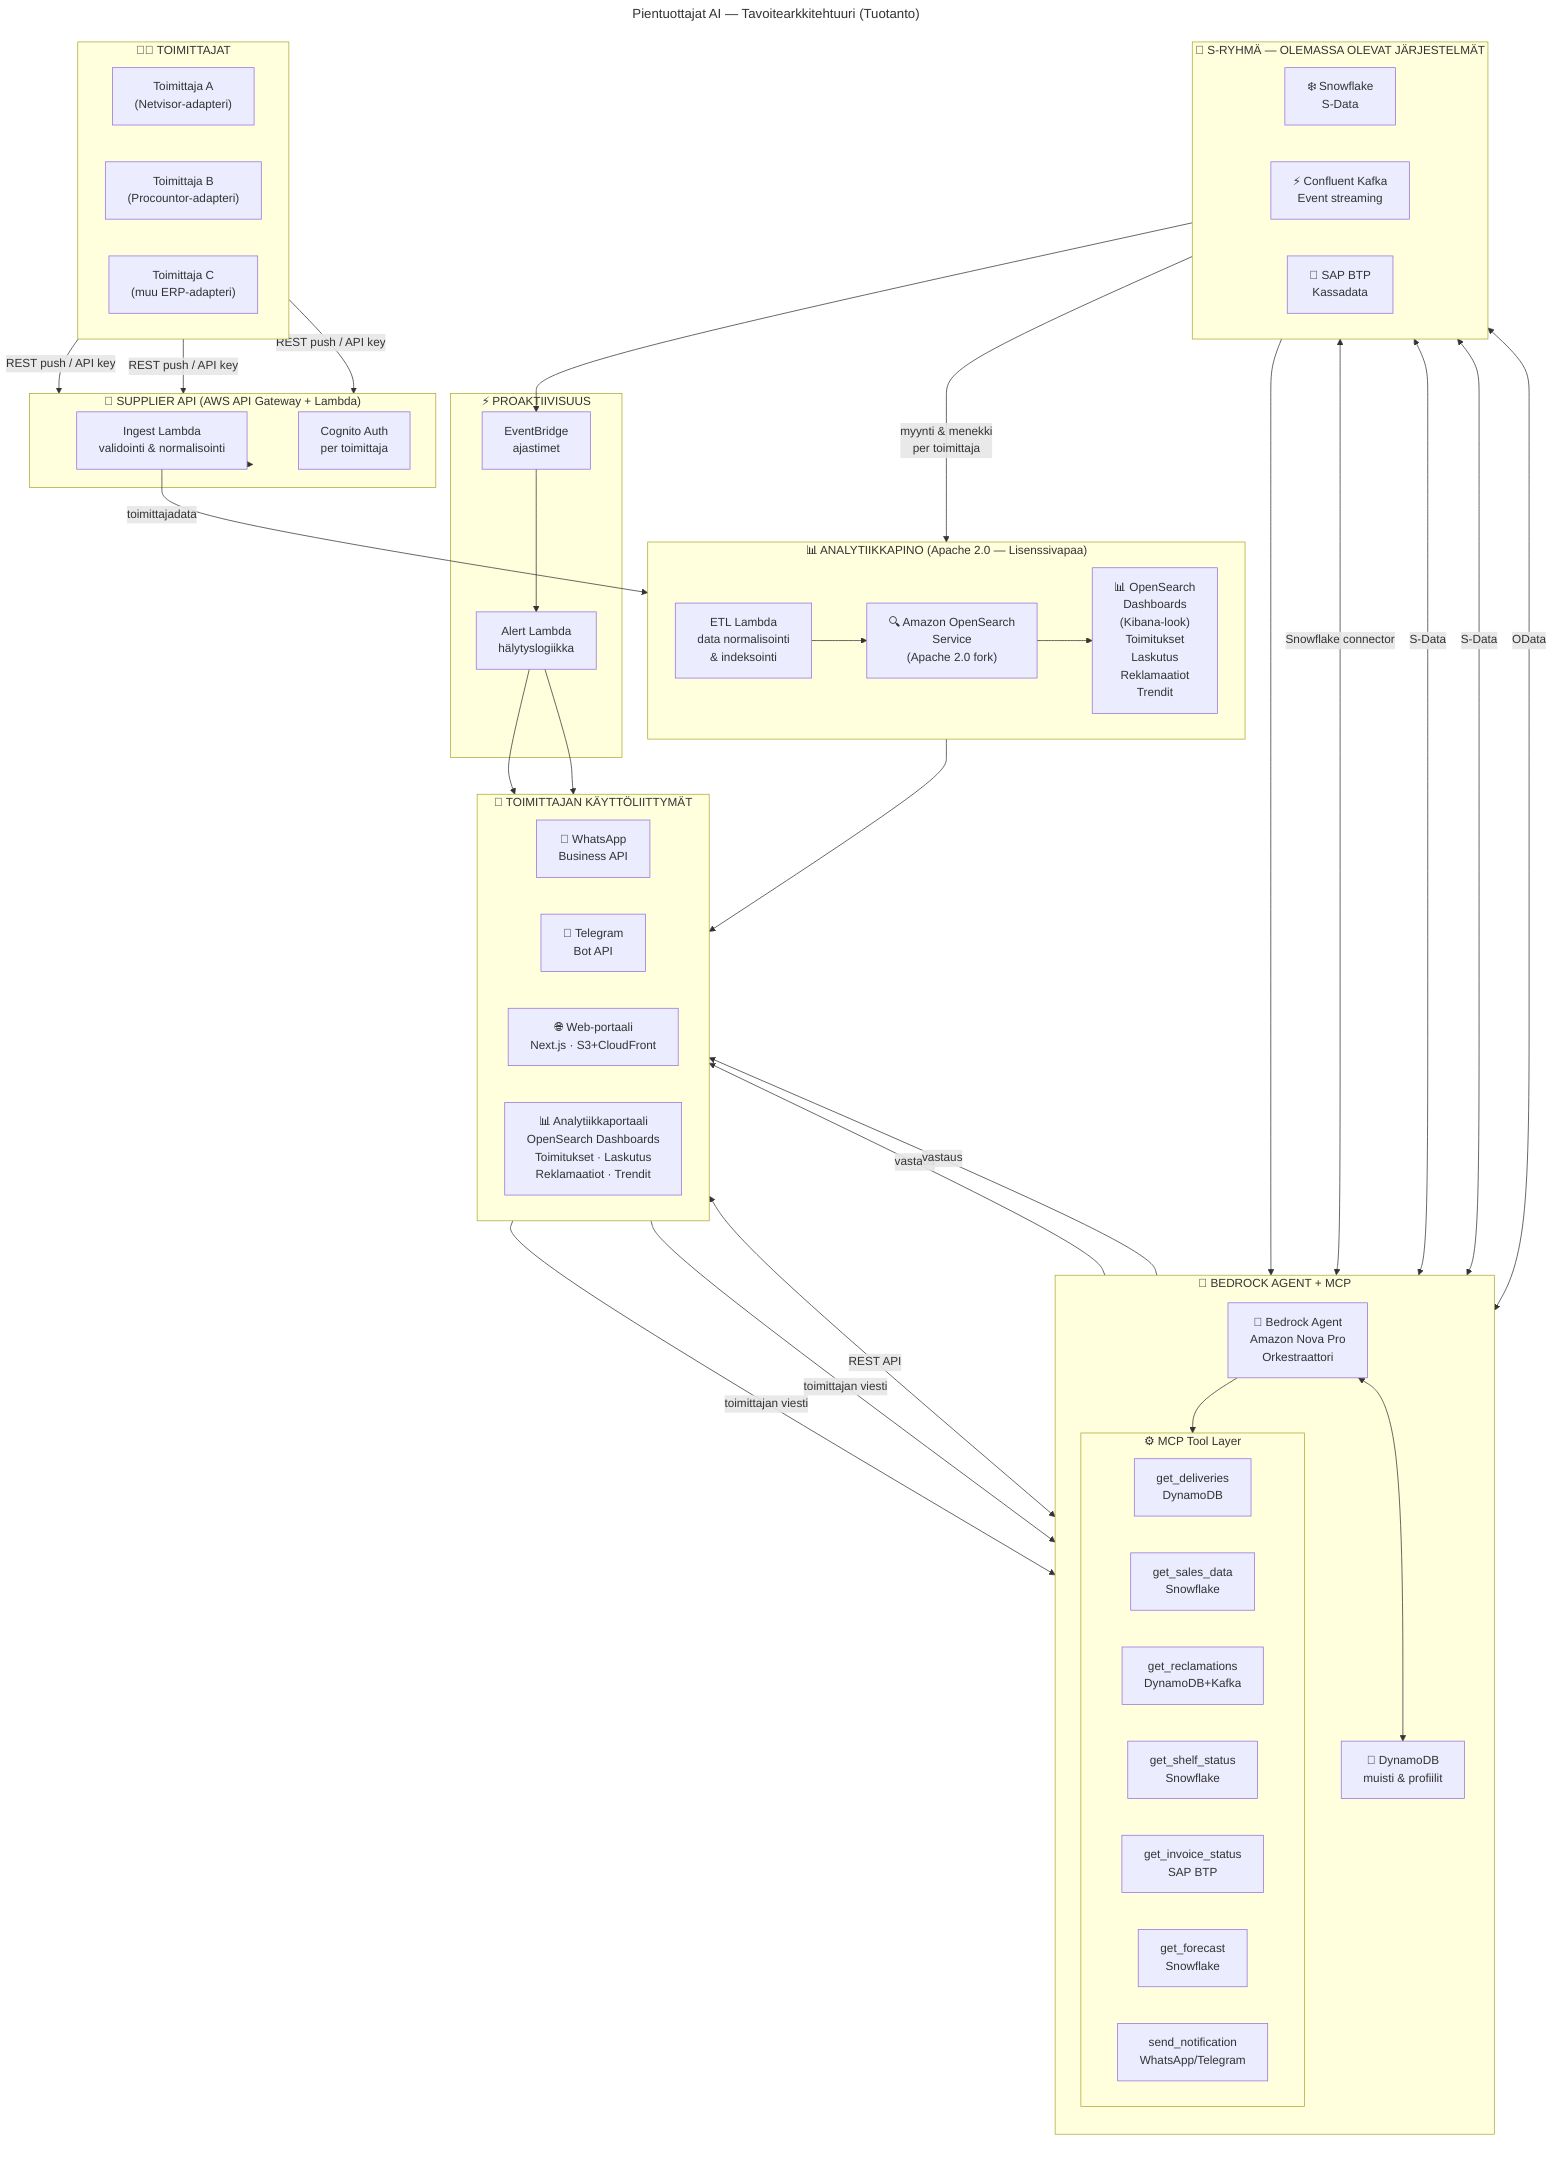
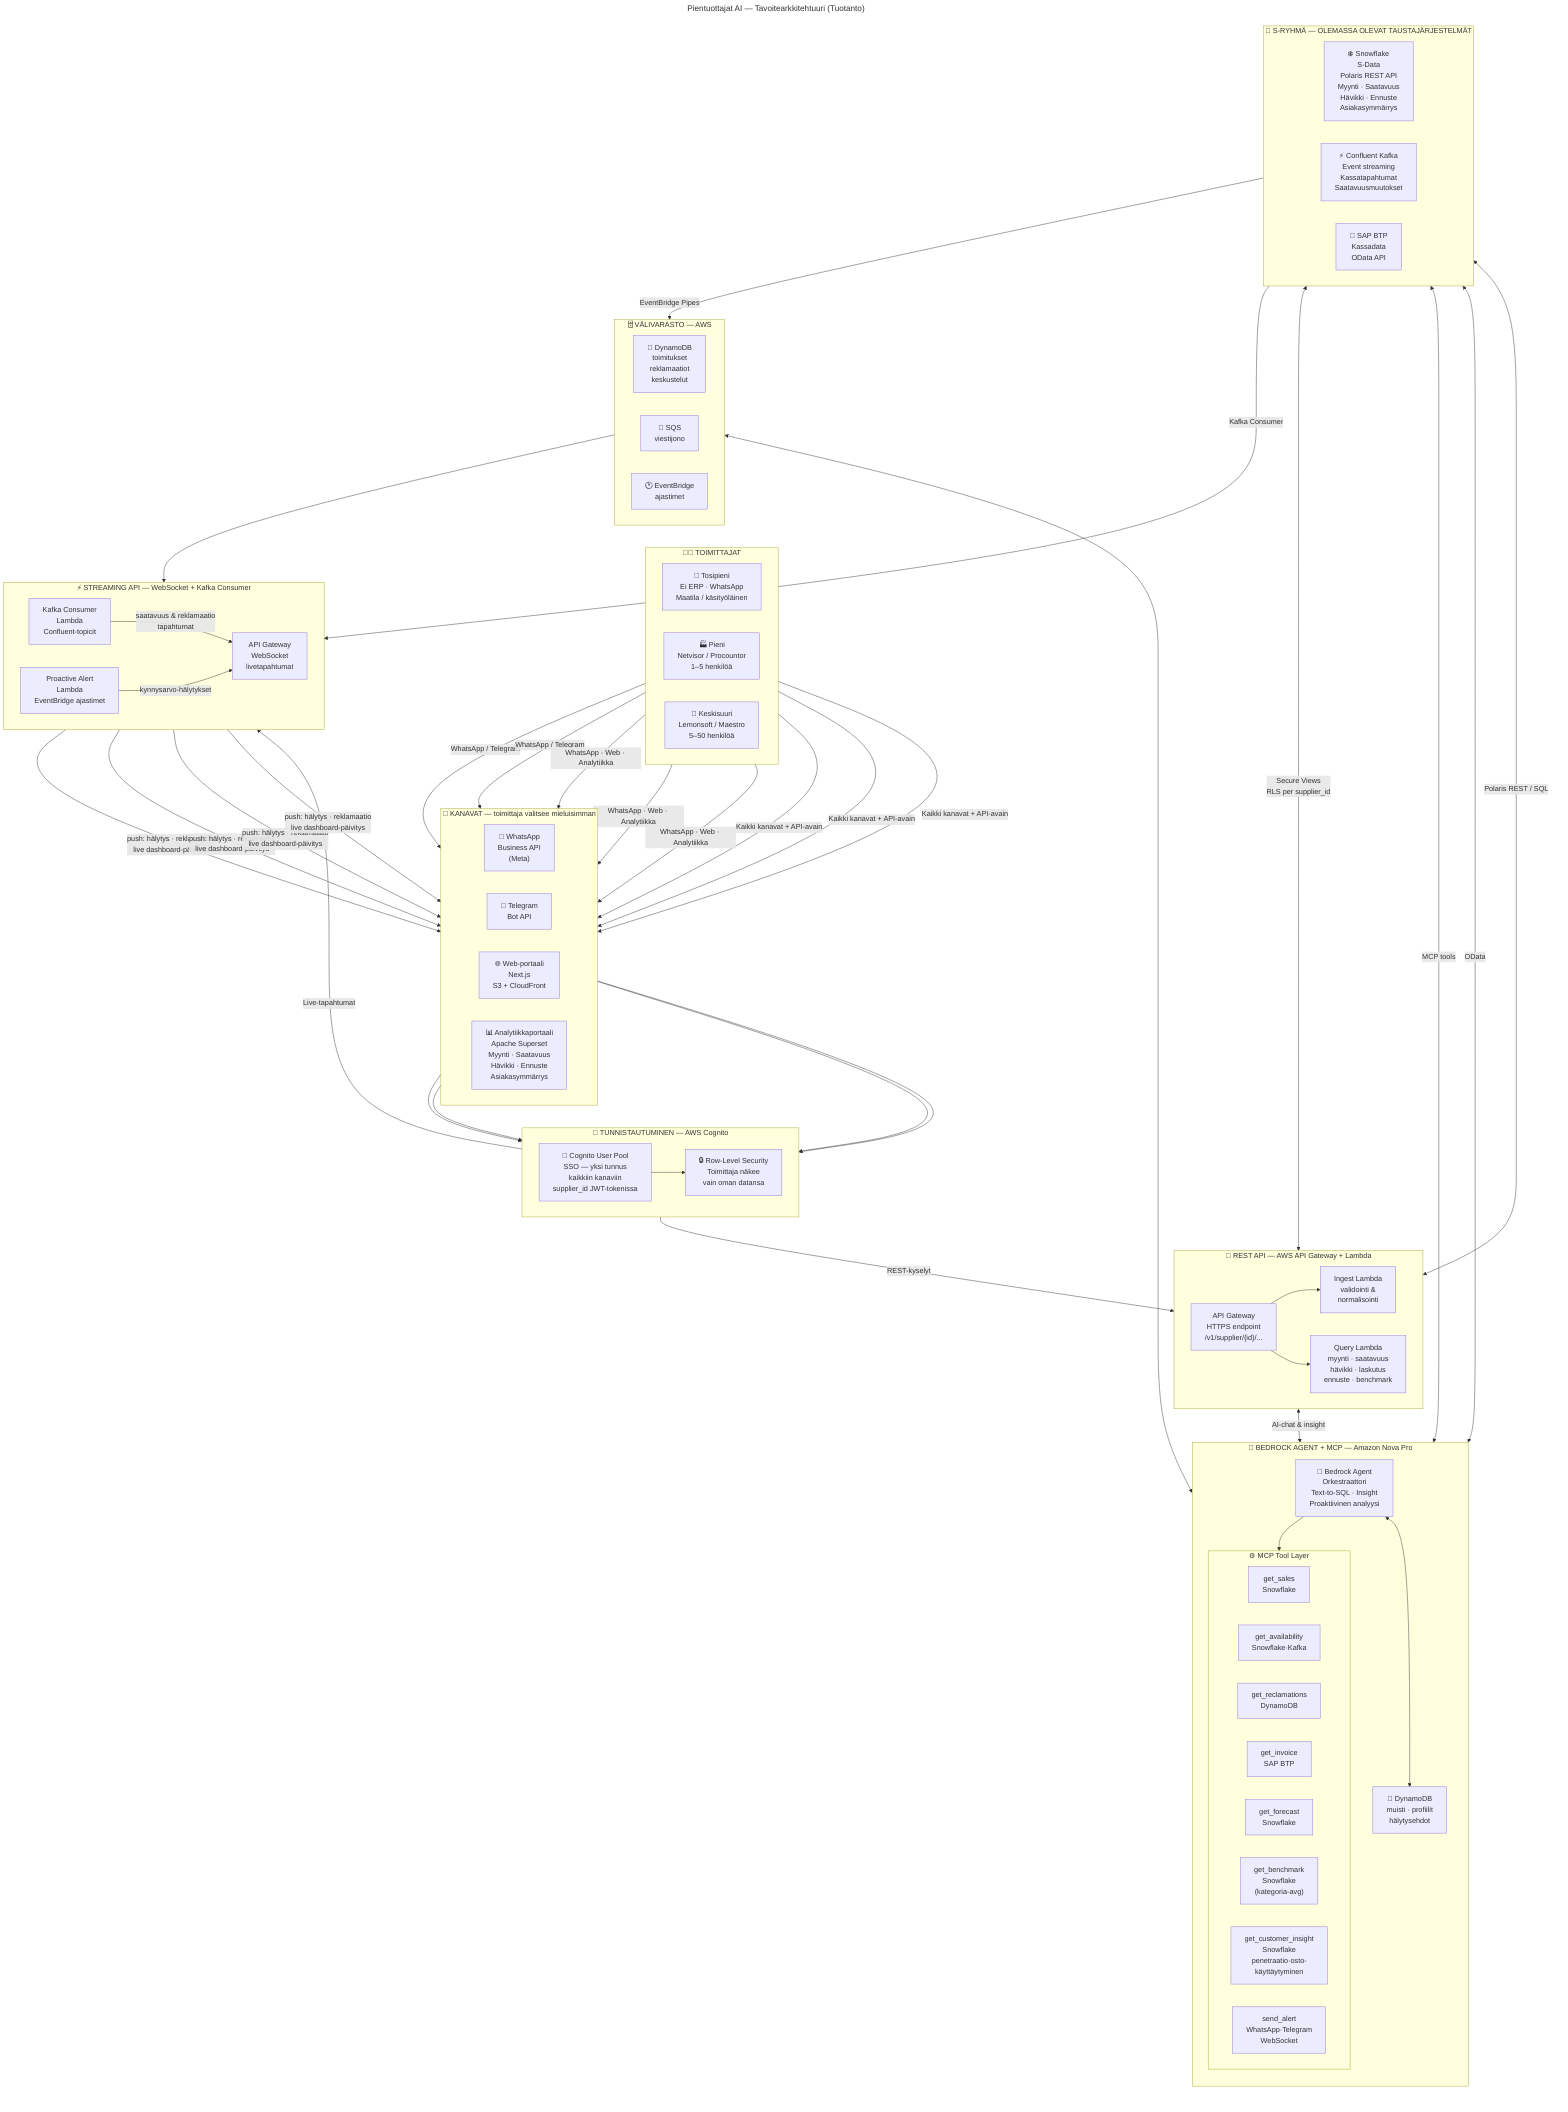
---
title: Pientuottajat AI — Tavoitearkkitehtuuri (Tuotanto)
---
- flowchart TB
+ flowchart TD

    subgraph SUPPLIERS["🧑‍🌾 TOIMITTAJAT"]
        direction LR
-         SA["Toimittaja A\n(Netvisor-adapteri)"]
-         SB["Toimittaja B\n(Procountor-adapteri)"]
-         SC["Toimittaja C\n(muu ERP-adapteri)"]
+         S1["🌱 Tosipieni\nEi ERP · WhatsApp\nMaatila / käsityöläinen"]
+         S2["🏭 Pieni\nNetvisor / Procountor\n1–5 henkilöä"]
+         S3["🏢 Keskisuuri\nLemonsoft / Maestro\n5–50 henkilöä"]
    end

-     subgraph CHANNELS["💬 TOIMITTAJAN KÄYTTÖLIITTYMÄT"]
+     subgraph CHANNELS["💬 KANAVAT  —  toimittaja valitsee mieluisimman"]
        direction LR
-         WA["📱 WhatsApp\nBusiness API"]
+         WA["📱 WhatsApp\nBusiness API\n(Meta)"]
        TG["📱 Telegram\nBot API"]
-         PORTAL["🌐 Web-portaali\nNext.js · S3+CloudFront"]
-         ANALYTICS["📊 Analytiikkaportaali\nOpenSearch Dashboards\nToimitukset · Laskutus\nReklamaatiot · Trendit"]
+         PORTAL["🌐 Web-portaali\nNext.js\nS3 + CloudFront"]
+         SUPERSET["📊 Analytiikkaportaali\nApache Superset\nMyynti · Saatavuus\nHävikki · Ennuste\nAsiakasymmärrys"]
    end

-     subgraph SAPI["📡 SUPPLIER API  (AWS API Gateway + Lambda)"]
-         INGEST["Ingest Lambda\nvalidointi & normalisointi"]
-         APIKEY["Cognito Auth\nper toimittaja"]
+     subgraph AUTH["🔐 TUNNISTAUTUMINEN  —  AWS Cognito"]
+         direction LR
+         COG["👤 Cognito User Pool\nSSO — yksi tunnus\nkaikkiin kanaviin\nsupplier_id JWT-tokenissa"]
+         RLS["🔒 Row-Level Security\nToimittaja näkee\nvain oman datansa"]
+         COG --> RLS
    end

-     subgraph AICORE["🧠 BEDROCK AGENT + MCP"]
+     subgraph RESTAPI["📡 REST API  —  AWS API Gateway + Lambda"]
+         direction LR
+         GW["API Gateway\nHTTPS endpoint\n/v1/supplier/{id}/..."]
+         INGEST["Ingest Lambda\nvalidointi &\nnormalisointi"]
+         QUERY["Query Lambda\nmyynti · saatavuus\nhävikki · laskutus\nennuste · benchmark"]
+         GW --> INGEST
+         GW --> QUERY
+     end
+ 
+     subgraph STREAMAPI["⚡ STREAMING API  —  WebSocket + Kafka Consumer"]
+         direction LR
+         WSG["API Gateway\nWebSocket\nlivetapahtumat"]
+         KCONS["Kafka Consumer\nLambda\nConfluent-topicit"]
+         PROACT["Proactive Alert\nLambda\nEventBridge ajastimet"]
+         KCONS -->|"saatavuus & reklamaatio\ntapahtumat"| WSG
+         PROACT -->|"kynnysarvo-hälytykset"| WSG
+     end
+ 
+     subgraph AICORE["🧠 BEDROCK AGENT + MCP  —  Amazon Nova Pro"]
        direction TB
-         AGENT["🤖 Bedrock Agent\nAmazon Nova Pro\nOrkestraattori"]
+         AGENT["🤖 Bedrock Agent\nOrkestraattori\nText-to-SQL · Insight\nProaktiivinen analyysi"]
        subgraph MCP["⚙️ MCP Tool Layer"]
            direction LR
-             T1["get_deliveries\nDynamoDB"]
-             T2["get_sales_data\nSnowflake"]
-             T3["get_reclamations\nDynamoDB+Kafka"]
-             T4["get_shelf_status\nSnowflake"]
-             T5["get_invoice_status\nSAP BTP"]
-             T6["get_forecast\nSnowflake"]
-             T7["send_notification\nWhatsApp/Telegram"]
+             T1["get_sales\nSnowflake"]
+             T2["get_availability\nSnowflake·Kafka"]
+             T3["get_reclamations\nDynamoDB"]
+             T4["get_invoice\nSAP BTP"]
+             T5["get_forecast\nSnowflake"]
+             T6["get_benchmark\nSnowflake\n(kategoria-avg)"]
+             T7["get_customer_insight\nSnowflake\npenetraatio·osto-\nkäyttäytyminen"]
+             T8["send_alert\nWhatsApp·Telegram\nWebSocket"]
        end
-         MEM["💾 DynamoDB\nmuisti & profiilit"]
+         MEM["💾 DynamoDB\nmuisti · profiilit\nhälytysehdot"]
        AGENT --> MCP
        AGENT <--> MEM
    end

-     subgraph ANALYTICS_STACK["📊 ANALYTIIKKAPINO  (Apache 2.0 — Lisenssivapaa)"]
+     subgraph DATASTORE["🗄️ VÄLIVARASTO  —  AWS"]
        direction LR
-         ETL["ETL Lambda\ndata normalisointi\n& indeksointi"]
-         OS["🔍 Amazon OpenSearch\nService\n(Apache 2.0 fork)"]
-         OSD["📊 OpenSearch\nDashboards\n(Kibana-look)\nToimitukset\nLaskutus\nReklamaatiot\nTrendit"]
-         ETL --> OS --> OSD
+         DDB["💾 DynamoDB\ntoimitukset\nreklamaatiot\nkeskustelut"]
+         SQS["📨 SQS\nviestijono"]
+         EB["🕐 EventBridge\najastimet"]
    end

-     subgraph SGROUP["🏪 S-RYHMÄ — OLEMASSA OLEVAT JÄRJESTELMÄT"]
+     subgraph SGROUP["🏪 S-RYHMÄ  —  OLEMASSA OLEVAT TAUSTAJÄRJESTELMÄT"]
        direction LR
-         SNOW["❄️ Snowflake\nS-Data"]
-         KAFKA["⚡ Confluent Kafka\nEvent streaming"]
-         SAP["🔷 SAP BTP\nKassadata"]
+         SNOW["❄️ Snowflake\nS-Data\nPolaris REST API\nMyynti · Saatavuus\nHävikki · Ennuste\nAsiakasymmärrys"]
+         KAFKA["⚡ Confluent Kafka\nEvent streaming\nKassatapahtumat\nSaatavuusmuutokset"]
+         SAP["🔷 SAP BTP\nKassadata\nOData API"]
    end

-     subgraph PROACTIVE["⚡ PROAKTIIVISUUS"]
-         EVB["EventBridge\najastimet"]
-         ALERT["Alert Lambda\nhälytyslogiikka"]
-         EVB --> ALERT
-     end
+     %% Toimittajat → Kanavat
+     S1 -->|"WhatsApp / Telegram"| WA & TG
+     S2 -->|"WhatsApp · Web · Analytiikka"| WA & PORTAL & SUPERSET
+     S3 -->|"Kaikki kanavat + API-avain"| WA & PORTAL & SUPERSET

-     SA & SB & SC -->|"REST push / API key"| SAPI
-     SAPI --> INGEST
+     %% Kanavat → Auth
+     WA & TG & PORTAL & SUPERSET --> AUTH

-     WA & TG -->|"toimittajan viesti"| AGENT
-     PORTAL <-->|"REST API"| AGENT
-     AGENT -->|"vastaus"| WA & TG
+     %% Auth → API-kerrokset
+     AUTH -->|"REST-kyselyt"| RESTAPI
+     AUTH -->|"Live-tapahtumat"| STREAMAPI

-     T2 <-->|"Snowflake connector"| SNOW
-     T4 & T6 <-->|"S-Data"| SNOW
-     T5 <-->|"OData"| SAP
-     KAFKA --> T3
-     KAFKA --> EVB
-     ALERT --> WA & TG
+     %% REST API → AI-ydin
+     RESTAPI <-->|"AI-chat & insight"| AICORE

-     INGEST -->|"toimittajadata"| ETL
-     SNOW -->|"myynti & menekki\nper toimittaja"| ETL
+     %% Streaming → Kanavat (push-viestit)
+     STREAMAPI -->|"push: hälytys · reklamaatio\nlive dashboard-päivitys"| WA & TG & PORTAL & SUPERSET

-     ANALYTICS_STACK --> ANALYTICS
+     %% AI-ydin → Tietovarasto
+     AICORE <--> DATASTORE
+ 
+     %% API & AI → Taustajärjestelmät
+     RESTAPI <-->|"Polaris REST / SQL"| SNOW
+     AICORE <-->|"MCP tools"| SNOW
+     AICORE <-->|"OData"| SAP
+     KAFKA -->|"Kafka Consumer"| KCONS
+     KAFKA -->|"EventBridge Pipes"| EB
+     EB --> PROACT
+     SNOW <-->|"Secure Views\nRLS per supplier_id"| QUERY
